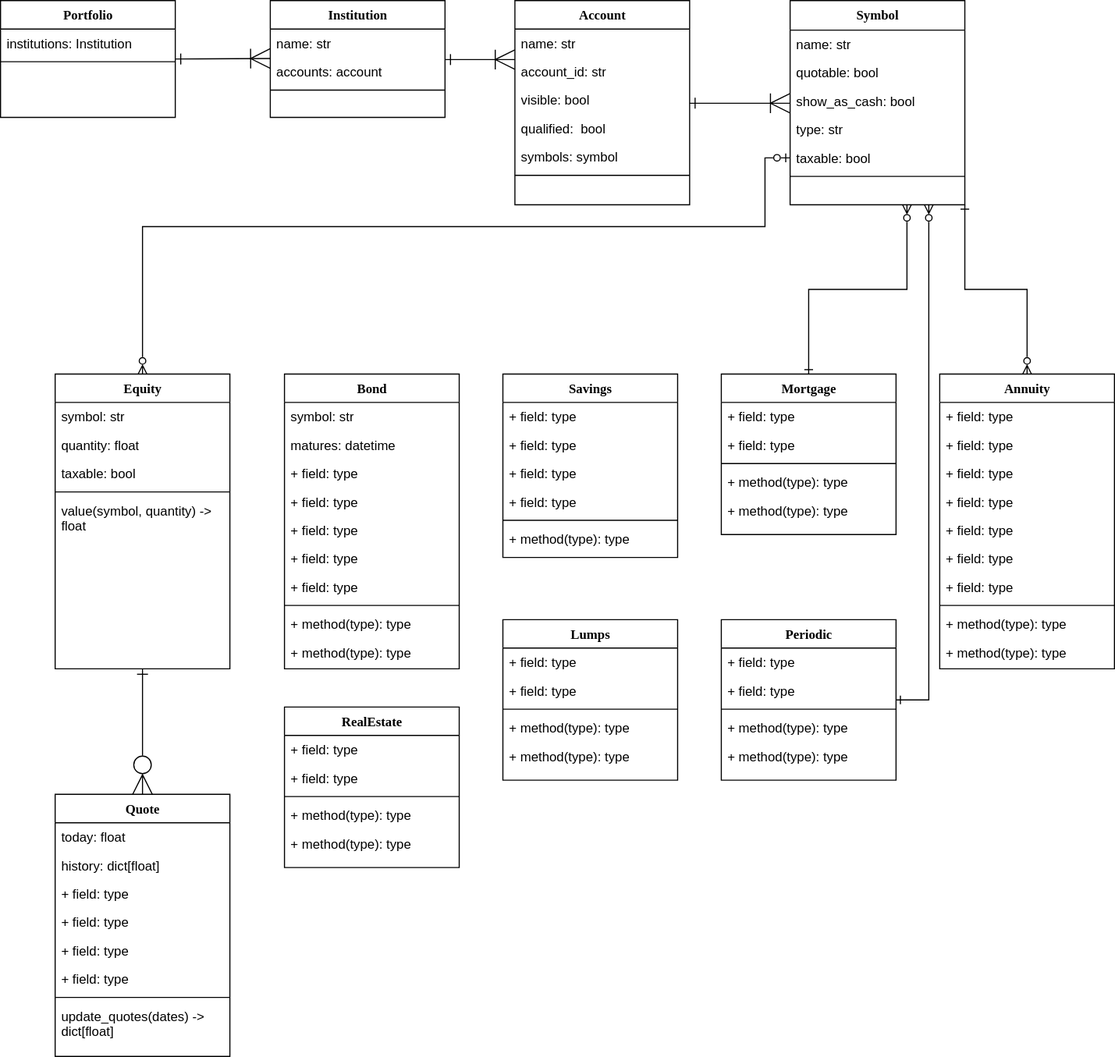
labroid/retirement_planner keeps this draw.io diagram as Documentation/DataModel.drawio.svg. Above is the earlier version. Source tidied: cells renumbered, new cells last; positions are measured from the earlier drawing's top-left corner, leaving out a move shared by most shapes.
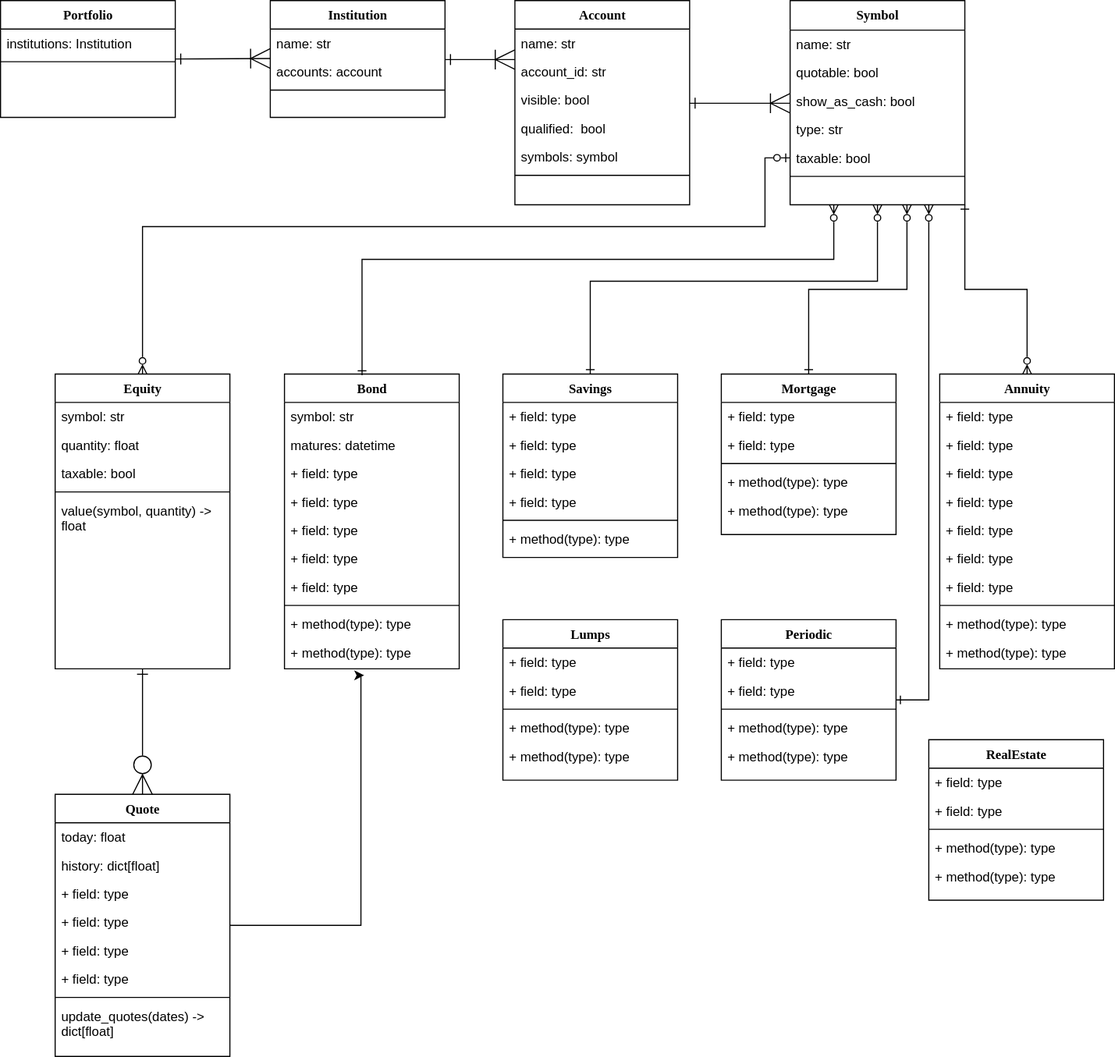
The same diagram one commit later.

What changed in the source:
```diff
@@ -65,6 +65,14 @@
     <mxCell id="22" style="edgeStyle=elbowEdgeStyle;html=1;labelBackgroundColor=none;startFill=0;startSize=8;endArrow=ERzeroToMany;endFill=0;endSize=16;fontFamily=Verdana;fontSize=12;elbow=vertical;startArrow=ERone;" parent="1" edge="1" source="33" target="23">
       <mxGeometry relative="1" as="geometry" />
     </mxCell>
+    <mxCell id="99" style="edgeStyle=orthogonalEdgeStyle;rounded=0;jettySize=auto;html=1;entryX=0.456;entryY=1.308;entryDx=0;entryDy=0;entryPerimeter=0;" parent="1" edge="1" source="23" target="92">
+      <mxGeometry relative="1" as="geometry">
+        <Array as="points">
+          <mxPoint x="330" y="847" />
+          <mxPoint x="330" y="618" />
+        </Array>
+      </mxGeometry>
+    </mxCell>
     <mxCell id="23" value="Quote" style="swimlane;html=1;fontStyle=1;align=center;verticalAlign=top;horizontal=1;startSize=26;swimlaneFillColor=#ffffff;rounded=0;shadow=0;comic=0;labelBackgroundColor=none;strokeWidth=1;fillColor=none;fontFamily=Verdana;fontSize=12;" parent="1" vertex="1">
       <mxGeometry x="50" y="727" width="160" height="240" as="geometry" />
     </mxCell>
@@ -291,7 +299,7 @@
       <mxGeometry y="242" width="160" height="26" as="geometry" />
     </mxCell>
     <mxCell id="93" value="RealEstate" style="swimlane;html=1;fontStyle=1;align=center;verticalAlign=top;horizontal=1;startSize=26;swimlaneFillColor=#ffffff;rounded=0;shadow=0;comic=0;labelBackgroundColor=none;strokeWidth=1;fillColor=none;fontFamily=Verdana;fontSize=12;" parent="1" vertex="1">
-      <mxGeometry x="260" y="647" width="160" height="147" as="geometry" />
+      <mxGeometry x="850" y="677" width="160" height="147" as="geometry" />
     </mxCell>
     <mxCell id="94" value="+ field: type" style="text;html=1;strokeColor=none;fillColor=none;align=left;verticalAlign=top;spacingLeft=4;spacingRight=4;whiteSpace=wrap;overflow=hidden;" parent="93" vertex="1">
       <mxGeometry y="26" width="160" height="26" as="geometry" />
@@ -308,5 +316,21 @@
     <mxCell id="98" value="+ method(type): type" style="text;html=1;strokeColor=none;fillColor=none;align=left;verticalAlign=top;spacingLeft=4;spacingRight=4;whiteSpace=wrap;overflow=hidden;" parent="93" vertex="1">
       <mxGeometry y="112" width="160" height="26" as="geometry" />
     </mxCell>
+    <mxCell id="100" style="edgeStyle=orthogonalEdgeStyle;rounded=0;jettySize=auto;html=1;startArrow=ERone;startFill=0;endArrow=ERzeroToMany;endFill=0;exitX=0.5;exitY=0;exitDx=0;exitDy=0;entryX=0.5;entryY=1;entryDx=0;entryDy=0;" parent="1" edge="1" source="39" target="15">
+      <mxGeometry relative="1" as="geometry">
+        <Array as="points">
+          <mxPoint x="540" y="257" />
+          <mxPoint x="803" y="257" />
+        </Array>
+      </mxGeometry>
+    </mxCell>
+    <mxCell id="101" style="edgeStyle=orthogonalEdgeStyle;rounded=0;jettySize=auto;html=1;startArrow=ERone;startFill=0;endArrow=ERzeroToMany;endFill=0;exitX=0.444;exitY=0.004;exitDx=0;exitDy=0;entryX=0.25;entryY=1;entryDx=0;entryDy=0;exitPerimeter=0;" parent="1" edge="1" source="82" target="15">
+      <mxGeometry relative="1" as="geometry">
+        <Array as="points">
+          <mxPoint x="331" y="237" />
+          <mxPoint x="763" y="237" />
+        </Array>
+      </mxGeometry>
+    </mxCell>
   </root>
 </mxGraphModel>
```
